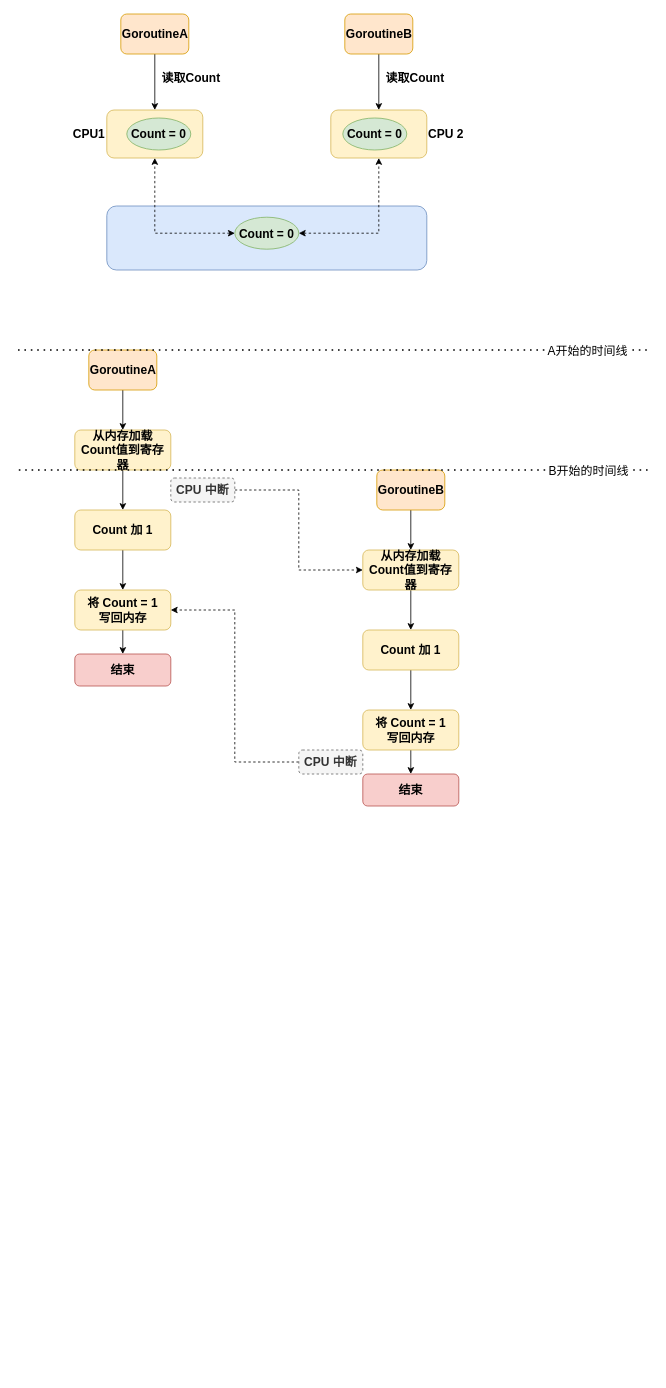
Earlier version of the draw.io diagram page "并发修改临界区" (2 of 3) of 9-goroutine/goroutine.drawio (Zhouchaowen/golang-tutorial). Source tidied: cells renumbered, new cells numbered last; positions are measured from the earlier drawing's top-left corner, leaving out a move shared by most shapes. Both pictures are drawn from the tidied source at 80%, with x=0, y=0 at pixel (18, 14).
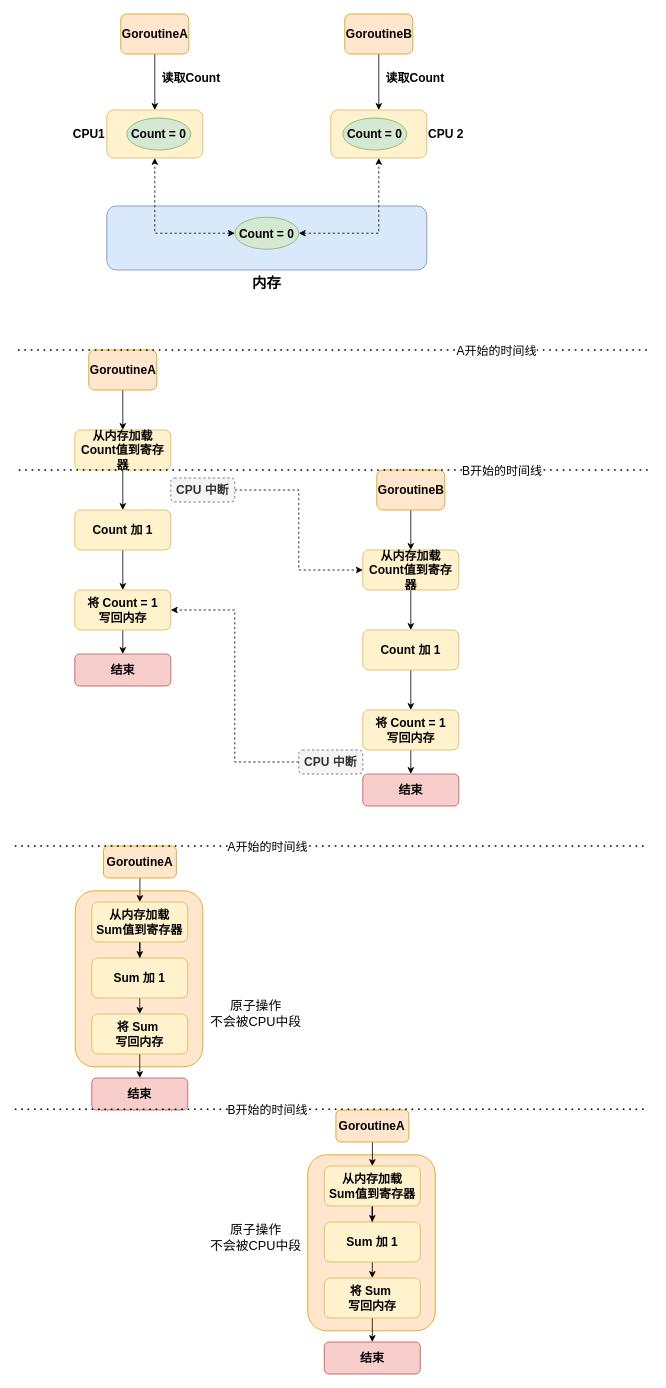
Above is the later version.

Unchanged cells that the change refers to:
```xml
<mxCell id="38" style="endArrow=none;dashed=1;html=1;dashPattern=1 3;strokeWidth=2;fontSize=15;" parent="1" edge="1">
  <mxGeometry relative="1" as="geometry">
    <mxPoint x="1" y="570" as="sourcePoint" />
    <mxPoint x="791" y="570" as="targetPoint" />
  </mxGeometry>
</mxCell>
<mxCell id="40" style="endArrow=none;dashed=1;html=1;dashPattern=1 3;strokeWidth=2;fontSize=15;" parent="1" edge="1">
  <mxGeometry relative="1" as="geometry">
    <mxPoint y="420" as="sourcePoint" />
    <mxPoint x="790" y="420" as="targetPoint" />
  </mxGeometry>
</mxCell>
```

What changed in the source:
```diff
@@
+    <mxCell id="42" style="rounded=1;whiteSpace=wrap;html=1;labelBackgroundColor=none;fontSize=16;strokeWidth=1;strokeColor=#d79b00;fillColor=#ffe6cc;" parent="1" vertex="1">
+      <mxGeometry x="71.6" y="1096" width="159.4" height="220" as="geometry" />
+    </mxCell>
-    <mxCell id="2" style="rounded=1;whiteSpace=wrap;html=1;fontStyle=1;fontSize=15;fillColor=#dae8fc;strokeColor=#6c8ebf;" parent="1" vertex="1">
+    <mxCell id="2" value="&lt;font style=&quot;font-size: 18px&quot;&gt;内存&lt;/font&gt;" style="rounded=1;whiteSpace=wrap;html=1;fontStyle=1;fontSize=15;fillColor=#dae8fc;strokeColor=#6c8ebf;labelPosition=center;verticalLabelPosition=bottom;align=center;verticalAlign=top;" parent="1" vertex="1">
       <mxGeometry x="111" y="240" width="400" height="80" as="geometry" />
     </mxCell>
@@
     <mxCell id="39" value="B开始的时间线" style="edgeLabel;html=1;align=center;verticalAlign=middle;fontSize=15;" parent="38" vertex="1">
-      <mxGeometry x="0.8" relative="1" as="geometry" />
+      <mxGeometry x="0.8" relative="1" as="geometry">
+        <mxPoint x="-108" as="offset" />
+      </mxGeometry>
     </mxCell>
@@
     <mxCell id="41" value="A开始的时间线" style="edgeLabel;html=1;align=center;verticalAlign=middle;fontSize=15;" parent="40" vertex="1">
-      <mxGeometry x="0.8" relative="1" as="geometry" />
+      <mxGeometry x="0.8" relative="1" as="geometry">
+        <mxPoint x="-114" as="offset" />
+      </mxGeometry>
     </mxCell>
+    <mxCell id="43" style="edgeStyle=orthogonalEdgeStyle;rounded=0;jettySize=auto;html=1;exitX=0.5;exitY=1;exitDx=0;exitDy=0;fontSize=15;startArrow=none;startFill=0;" parent="1" edge="1" source="44" target="46">
+      <mxGeometry relative="1" as="geometry" />
+    </mxCell>
+    <mxCell id="44" value="GoroutineA" style="rounded=1;whiteSpace=wrap;html=1;fontStyle=1;fontSize=15;fillColor=#ffe6cc;strokeColor=#d79b00;" parent="1" vertex="1">
+      <mxGeometry x="106.8" y="1040" width="91.2" height="40" as="geometry" />
+    </mxCell>
+    <mxCell id="45" style="edgeStyle=orthogonalEdgeStyle;rounded=0;jettySize=auto;html=1;exitX=0.5;exitY=1;exitDx=0;exitDy=0;fontSize=15;startArrow=none;startFill=0;fontStyle=1;" parent="1" edge="1" source="46" target="48">
+      <mxGeometry relative="1" as="geometry" />
+    </mxCell>
+    <mxCell id="46" value="从内存加载&lt;br&gt;Sum值到寄存器" style="rounded=1;whiteSpace=wrap;html=1;fontSize=15;fillColor=#fff2cc;strokeColor=#d6b656;fontStyle=1;" parent="1" vertex="1">
+      <mxGeometry x="92.2" y="1110" width="120" height="50" as="geometry" />
+    </mxCell>
+    <mxCell id="47" style="edgeStyle=orthogonalEdgeStyle;rounded=0;jettySize=auto;html=1;exitX=0.5;exitY=1;exitDx=0;exitDy=0;entryX=0.5;entryY=0;entryDx=0;entryDy=0;fontSize=15;startArrow=none;startFill=0;fontStyle=1;" parent="1" edge="1" source="48" target="50">
+      <mxGeometry relative="1" as="geometry" />
+    </mxCell>
+    <mxCell id="48" value="Sum 加 1" style="rounded=1;whiteSpace=wrap;html=1;fontSize=15;fillColor=#fff2cc;strokeColor=#d6b656;fontStyle=1;" parent="1" vertex="1">
+      <mxGeometry x="92.2" y="1180" width="120" height="50" as="geometry" />
+    </mxCell>
+    <mxCell id="49" style="edgeStyle=orthogonalEdgeStyle;rounded=0;jettySize=auto;html=1;exitX=0.5;exitY=1;exitDx=0;exitDy=0;entryX=0.5;entryY=0;entryDx=0;entryDy=0;fontSize=15;startArrow=none;startFill=0;fontStyle=1;" parent="1" edge="1" source="50" target="51">
+      <mxGeometry relative="1" as="geometry" />
+    </mxCell>
+    <mxCell id="50" value="将 Sum&amp;nbsp;&lt;br&gt;写回内存" style="rounded=1;whiteSpace=wrap;html=1;fontSize=15;fillColor=#fff2cc;strokeColor=#d6b656;fontStyle=1;" parent="1" vertex="1">
+      <mxGeometry x="92.2" y="1250" width="120" height="50" as="geometry" />
+    </mxCell>
+    <mxCell id="51" value="结束" style="rounded=1;whiteSpace=wrap;html=1;fontSize=15;fillColor=#f8cecc;strokeColor=#b85450;fontStyle=1;" parent="1" vertex="1">
+      <mxGeometry x="92.2" y="1330" width="120" height="40" as="geometry" />
+    </mxCell>
+    <mxCell id="52" value="&lt;span&gt;原子操作&lt;br&gt;不会被CPU中段&lt;/span&gt;" style="text;html=1;align=center;verticalAlign=middle;strokeColor=none;fontSize=16;" parent="1" vertex="1">
+      <mxGeometry x="232.2" y="1230" width="130" height="40" as="geometry" />
+    </mxCell>
+    <mxCell id="53" style="endArrow=none;dashed=1;html=1;dashPattern=1 3;strokeWidth=2;fontSize=15;" parent="1" edge="1">
+      <mxGeometry relative="1" as="geometry">
+        <mxPoint x="-4" y="1040" as="sourcePoint" />
+        <mxPoint x="786" y="1040" as="targetPoint" />
+      </mxGeometry>
+    </mxCell>
+    <mxCell id="54" value="A开始的时间线" style="edgeLabel;html=1;align=center;verticalAlign=middle;fontSize=15;" parent="53" vertex="1">
+      <mxGeometry x="0.8" relative="1" as="geometry">
+        <mxPoint x="-396" as="offset" />
+      </mxGeometry>
+    </mxCell>
+    <mxCell id="55" style="rounded=1;whiteSpace=wrap;html=1;labelBackgroundColor=none;fontSize=16;strokeWidth=1;strokeColor=#d79b00;fillColor=#ffe6cc;" parent="1" vertex="1">
+      <mxGeometry x="362.2" y="1426" width="159.4" height="220" as="geometry" />
+    </mxCell>
+    <mxCell id="56" style="edgeStyle=orthogonalEdgeStyle;rounded=0;jettySize=auto;html=1;exitX=0.5;exitY=1;exitDx=0;exitDy=0;fontSize=15;startArrow=none;startFill=0;" parent="1" edge="1" source="57" target="59">
+      <mxGeometry relative="1" as="geometry" />
+    </mxCell>
+    <mxCell id="57" value="GoroutineA" style="rounded=1;whiteSpace=wrap;html=1;fontStyle=1;fontSize=15;fillColor=#ffe6cc;strokeColor=#d79b00;" parent="1" vertex="1">
+      <mxGeometry x="397.4" y="1370" width="91.2" height="40" as="geometry" />
+    </mxCell>
+    <mxCell id="58" style="edgeStyle=orthogonalEdgeStyle;rounded=0;jettySize=auto;html=1;exitX=0.5;exitY=1;exitDx=0;exitDy=0;fontSize=15;startArrow=none;startFill=0;fontStyle=1;" parent="1" edge="1" source="59" target="61">
+      <mxGeometry relative="1" as="geometry" />
+    </mxCell>
+    <mxCell id="59" value="从内存加载&lt;br&gt;Sum值到寄存器" style="rounded=1;whiteSpace=wrap;html=1;fontSize=15;fillColor=#fff2cc;strokeColor=#d6b656;fontStyle=1;" parent="1" vertex="1">
+      <mxGeometry x="382.9" y="1440" width="120" height="50" as="geometry" />
+    </mxCell>
+    <mxCell id="60" style="edgeStyle=orthogonalEdgeStyle;rounded=0;jettySize=auto;html=1;exitX=0.5;exitY=1;exitDx=0;exitDy=0;entryX=0.5;entryY=0;entryDx=0;entryDy=0;fontSize=15;startArrow=none;startFill=0;fontStyle=1;" parent="1" edge="1" source="61" target="63">
+      <mxGeometry relative="1" as="geometry" />
+    </mxCell>
+    <mxCell id="61" value="Sum 加 1" style="rounded=1;whiteSpace=wrap;html=1;fontSize=15;fillColor=#fff2cc;strokeColor=#d6b656;fontStyle=1;" parent="1" vertex="1">
+      <mxGeometry x="382.9" y="1510" width="120" height="50" as="geometry" />
+    </mxCell>
+    <mxCell id="62" style="edgeStyle=orthogonalEdgeStyle;rounded=0;jettySize=auto;html=1;exitX=0.5;exitY=1;exitDx=0;exitDy=0;entryX=0.5;entryY=0;entryDx=0;entryDy=0;fontSize=15;startArrow=none;startFill=0;fontStyle=1;" parent="1" edge="1" source="63" target="64">
+      <mxGeometry relative="1" as="geometry" />
+    </mxCell>
+    <mxCell id="63" value="将 Sum&amp;nbsp;&lt;br&gt;写回内存" style="rounded=1;whiteSpace=wrap;html=1;fontSize=15;fillColor=#fff2cc;strokeColor=#d6b656;fontStyle=1;" parent="1" vertex="1">
+      <mxGeometry x="382.9" y="1580" width="120" height="50" as="geometry" />
+    </mxCell>
+    <mxCell id="64" value="结束" style="rounded=1;whiteSpace=wrap;html=1;fontSize=15;fillColor=#f8cecc;strokeColor=#b85450;fontStyle=1;" parent="1" vertex="1">
+      <mxGeometry x="382.9" y="1660" width="120" height="40" as="geometry" />
+    </mxCell>
+    <mxCell id="65" value="&lt;span&gt;原子操作&lt;br&gt;不会被CPU中段&lt;/span&gt;" style="text;html=1;align=center;verticalAlign=middle;strokeColor=none;fontSize=16;" parent="1" vertex="1">
+      <mxGeometry x="232.2" y="1510" width="130" height="40" as="geometry" />
+    </mxCell>
+    <mxCell id="66" style="endArrow=none;dashed=1;html=1;dashPattern=1 3;strokeWidth=2;fontSize=15;" parent="1" edge="1">
+      <mxGeometry relative="1" as="geometry">
+        <mxPoint x="-4" y="1369" as="sourcePoint" />
+        <mxPoint x="786" y="1369" as="targetPoint" />
+      </mxGeometry>
+    </mxCell>
+    <mxCell id="67" value="B开始的时间线" style="edgeLabel;html=1;align=center;verticalAlign=middle;fontSize=15;" parent="66" vertex="1">
+      <mxGeometry x="0.8" relative="1" as="geometry">
+        <mxPoint x="-396" as="offset" />
+      </mxGeometry>
+    </mxCell>
```
